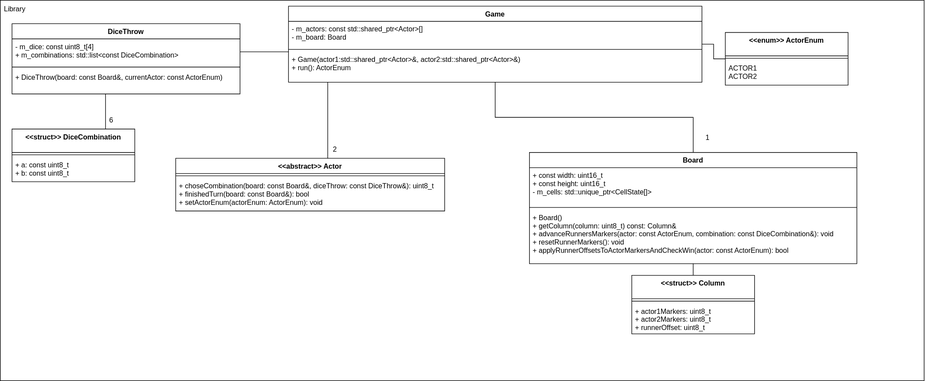
Before: uml.svg, a diagram exported from draw.io (MaZe3D/CantStop). Source tidied: cells renumbered, new cells last; positions are measured from the earlier drawing's top-left corner, leaving out a move shared by most shapes.
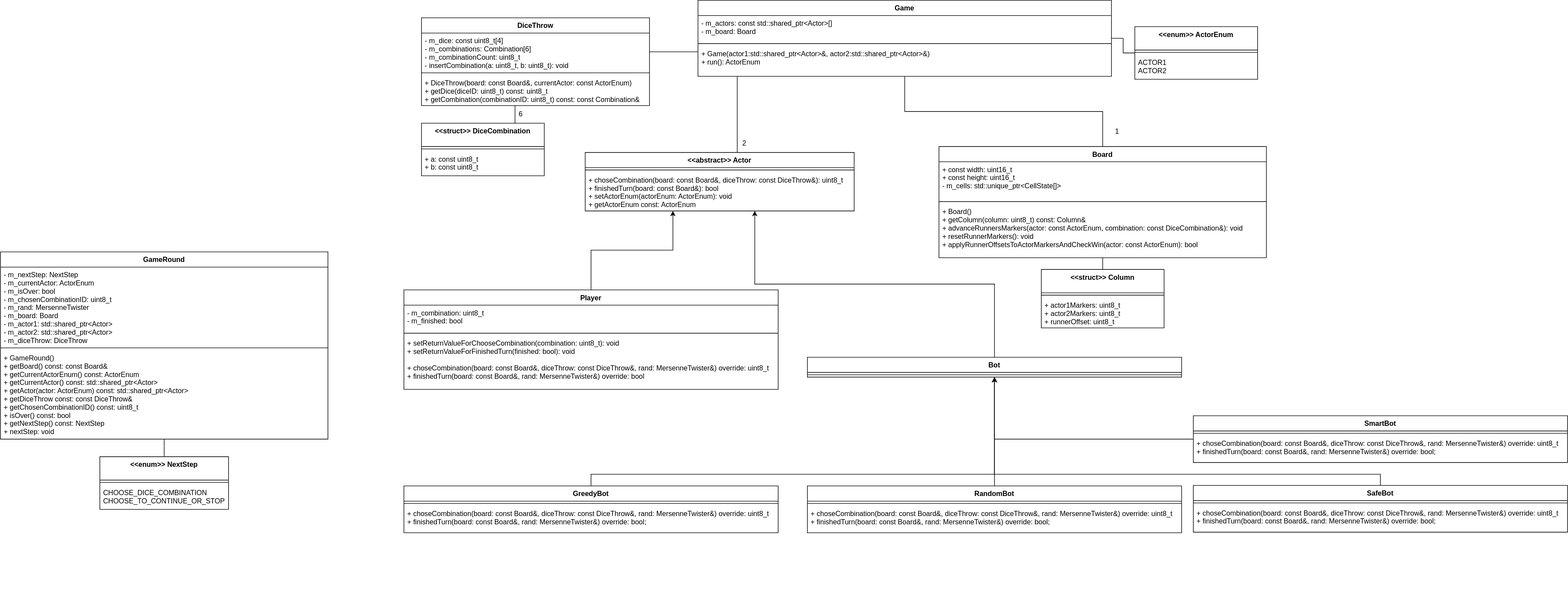
After the change.

Commit message:
UML Backend update

What changed in the source:
```diff
@@ -2,9 +2,6 @@
   <root>
     <mxCell id="0" />
     <mxCell id="1" parent="0" />
-    <mxCell id="2" style="rounded=0;whiteSpace=wrap;html=1;" parent="1" vertex="1">
-      <mxGeometry width="1580" height="650" as="geometry" />
-    </mxCell>
     <mxCell id="3" style="edgeStyle=orthogonalEdgeStyle;rounded=0;jettySize=auto;html=1;endArrow=none;endFill=0;" parent="1" edge="1" source="13" target="23">
       <mxGeometry relative="1" as="geometry">
         <Array as="points">
@@ -16,9 +13,6 @@
     <mxCell id="4" style="edgeStyle=orthogonalEdgeStyle;rounded=0;jettySize=auto;html=1;endArrow=none;endFill=0;" parent="1" edge="1" source="13" target="7">
       <mxGeometry relative="1" as="geometry" />
     </mxCell>
-    <mxCell id="5" value="Library" style="rounded=0;whiteSpace=wrap;html=1;strokeColor=none;fillColor=none;" parent="1" vertex="1">
-      <mxGeometry width="50" height="30" as="geometry" />
-    </mxCell>
     <mxCell id="6" style="group;" parent="1" vertex="1">
       <mxGeometry x="905" y="230" width="560" height="220" as="geometry" />
     </mxCell>
@@ -72,16 +66,16 @@
       </mxGeometry>
     </mxCell>
     <mxCell id="22" style="group;" parent="1" vertex="1">
-      <mxGeometry x="300" y="240" width="460" height="120" as="geometry" />
+      <mxGeometry x="300" y="240" width="460" height="130" as="geometry" />
     </mxCell>
     <mxCell id="23" value="&lt;&lt;abstract&gt;&gt; Actor" style="swimlane;fontStyle=1;align=center;verticalAlign=top;horizontal=1;startSize=26;fillColor=none;" parent="22" vertex="1">
-      <mxGeometry y="30" width="460" height="90" as="geometry" />
+      <mxGeometry y="30" width="460" height="100" as="geometry" />
     </mxCell>
     <mxCell id="24" style="line;strokeWidth=1;fillColor=none;align=left;verticalAlign=middle;spacingTop=-1;spacingLeft=3;spacingRight=3;labelPosition=right;" parent="23" vertex="1">
       <mxGeometry y="26" width="460" height="8" as="geometry" />
     </mxCell>
-    <mxCell id="25" value="+ choseCombination(board: const Board&amp;, diceThrow: const DiceThrow&amp;): uint8_t&#10;+ finishedTurn(board: const Board&amp;): bool&#10;+ setActorEnum(actorEnum: ActorEnum): void&#10;" style="text;strokeColor=none;fillColor=none;align=left;verticalAlign=top;spacingLeft=4;spacingRight=4;overflow=hidden;" parent="23" vertex="1">
-      <mxGeometry y="34" width="460" height="56" as="geometry" />
+    <mxCell id="25" value="+ choseCombination(board: const Board&amp;, diceThrow: const DiceThrow&amp;): uint8_t&#10;+ finishedTurn(board: const Board&amp;): bool&#10;+ setActorEnum(actorEnum: ActorEnum): void&#10;+ getActorEnum const: ActorEnum&#10;&#10;" style="text;strokeColor=none;fillColor=none;align=left;verticalAlign=top;spacingLeft=4;spacingRight=4;overflow=hidden;" parent="23" vertex="1">
+      <mxGeometry y="34" width="460" height="66" as="geometry" />
     </mxCell>
     <mxCell id="26" value="2" style="rounded=0;whiteSpace=wrap;html=1;strokeColor=none;fillColor=none;" parent="22" vertex="1">
       <mxGeometry x="250" width="44.9" height="30" as="geometry" />
@@ -102,16 +96,16 @@
       <mxGeometry relative="1" as="geometry" />
     </mxCell>
     <mxCell id="32" value="DiceThrow" style="swimlane;fontStyle=1;align=center;verticalAlign=top;horizontal=1;startSize=26;" parent="1" vertex="1">
-      <mxGeometry x="20" y="40" width="390" height="120" as="geometry" />
+      <mxGeometry x="20" y="40" width="390" height="150" as="geometry" />
     </mxCell>
-    <mxCell id="33" value="- m_dice: const uint8_t[4]&#10;+ m_combinations: std::list&lt;const DiceCombination&gt;&#10;" style="text;strokeColor=none;fillColor=none;align=left;verticalAlign=top;spacingLeft=4;spacingRight=4;overflow=hidden;points=[[0,0.5],[1,0.5]];portConstraint=eastwest;" parent="32" vertex="1">
-      <mxGeometry y="26" width="390" height="44" as="geometry" />
+    <mxCell id="33" value="- m_dice: const uint8_t[4]&#10;- m_combinations: Combination[6]&#10;- m_combinationCount: uint8_t&#10;- insertCombination(a: uint8_t, b: uint8_t): void&#10;&#10;" style="text;strokeColor=none;fillColor=none;align=left;verticalAlign=top;spacingLeft=4;spacingRight=4;overflow=hidden;points=[[0,0.5],[1,0.5]];portConstraint=eastwest;" parent="32" vertex="1">
+      <mxGeometry y="26" width="390" height="64" as="geometry" />
     </mxCell>
     <mxCell id="34" style="line;strokeWidth=1;fillColor=none;align=left;verticalAlign=middle;spacingTop=-1;spacingLeft=3;spacingRight=3;labelPosition=right;" parent="32" vertex="1">
-      <mxGeometry y="70" width="390" height="8" as="geometry" />
+      <mxGeometry y="90" width="390" height="8" as="geometry" />
     </mxCell>
-    <mxCell id="35" value="+ DiceThrow(board: const Board&amp;, currentActor: const ActorEnum)&#10;" style="text;strokeColor=none;fillColor=none;align=left;verticalAlign=top;spacingLeft=4;spacingRight=4;overflow=hidden;" parent="32" vertex="1">
-      <mxGeometry y="78" width="390" height="42" as="geometry" />
+    <mxCell id="35" value="+ DiceThrow(board: const Board&amp;, currentActor: const ActorEnum)&#10;+ getDice(diceID: uint8_t) const: uint8_t&#10;+ getCombination(combinationID: uint8_t) const: const Combination&amp;&#10;" style="text;strokeColor=none;fillColor=none;align=left;verticalAlign=top;spacingLeft=4;spacingRight=4;overflow=hidden;" parent="32" vertex="1">
+      <mxGeometry y="98" width="390" height="52" as="geometry" />
     </mxCell>
     <mxCell id="36" style="group;" parent="1" vertex="1">
       <mxGeometry x="20" y="190" width="210" height="150" as="geometry" />
@@ -144,5 +138,142 @@
         </Array>
       </mxGeometry>
     </mxCell>
+    <mxCell id="43" style="group;" parent="1" vertex="1">
+      <mxGeometry x="-700" y="410" width="560" height="350" as="geometry" />
+    </mxCell>
+    <mxCell id="44" value="GameRound" style="swimlane;fontStyle=1;align=center;verticalAlign=top;horizontal=1;startSize=26;" parent="43" vertex="1">
+      <mxGeometry y="30" width="560" height="320" as="geometry" />
+    </mxCell>
+    <mxCell id="45" value="- m_nextStep: NextStep&#10;- m_currentActor: ActorEnum&#10;- m_isOver: bool&#10;- m_chosenCombinationID: uint8_t&#10;- m_rand: MersenneTwister&#10;- m_board: Board&#10;- m_actor1: std::shared_ptr&lt;Actor&gt;&#10;- m_actor2: std::shared_ptr&lt;Actor&gt;&#10;- m_diceThrow: DiceThrow&#10;&#10;" style="text;strokeColor=none;fillColor=none;align=left;verticalAlign=top;spacingLeft=4;spacingRight=4;overflow=hidden;" parent="44" vertex="1">
+      <mxGeometry y="26" width="560" height="134" as="geometry" />
+    </mxCell>
+    <mxCell id="46" style="line;strokeWidth=1;fillColor=none;align=left;verticalAlign=middle;spacingTop=-1;spacingLeft=3;spacingRight=3;labelPosition=right;" parent="44" vertex="1">
+      <mxGeometry y="160" width="560" height="8" as="geometry" />
+    </mxCell>
+    <mxCell id="47" value="+ GameRound()&#10;+ getBoard() const: const Board&amp;&#10;+ getCurrentActorEnum() const: ActorEnum&#10;+ getCurrentActor() const: std::shared_ptr&lt;Actor&gt;&#10;+ getActor(actor: ActorEnum) const: std::shared_ptr&lt;Actor&gt;&#10;+ getDiceThrow const: const DiceThrow&amp;&#10;+ getChosenCombinationID() const: uint8_t&#10;+ isOver() const: bool&#10;+ getNextStep() const: NextStep&#10;+ nextStep: void&#10;" style="text;strokeColor=none;fillColor=none;align=left;verticalAlign=top;spacingLeft=4;spacingRight=4;overflow=hidden;" parent="44" vertex="1">
+      <mxGeometry y="168" width="560" height="152" as="geometry" />
+    </mxCell>
+    <mxCell id="48" style="group;" parent="1" vertex="1">
+      <mxGeometry x="-530" y="760" width="220" height="150" as="geometry" />
+    </mxCell>
+    <mxCell id="49" value="&lt;&lt;enum&gt;&gt; NextStep" style="swimlane;fontStyle=1;align=center;verticalAlign=top;horizontal=1;startSize=40;" parent="48" vertex="1">
+      <mxGeometry y="30" width="220" height="90" as="geometry" />
+    </mxCell>
+    <mxCell id="50" style="line;strokeWidth=1;fillColor=none;align=left;verticalAlign=middle;spacingTop=-1;spacingLeft=3;spacingRight=3;labelPosition=right;" parent="49" vertex="1">
+      <mxGeometry y="40" width="220" height="8" as="geometry" />
+    </mxCell>
+    <mxCell id="51" value="CHOOSE_DICE_COMBINATION&#10;CHOOSE_TO_CONTINUE_OR_STOP" style="text;strokeColor=none;fillColor=none;align=left;verticalAlign=top;spacingLeft=4;spacingRight=4;overflow=hidden;" parent="49" vertex="1">
+      <mxGeometry y="48" width="220" height="42" as="geometry" />
+    </mxCell>
+    <mxCell id="52" style="edgeStyle=orthogonalEdgeStyle;rounded=0;jettySize=auto;html=1;endArrow=none;endFill=0;" parent="1" edge="1" source="49" target="44">
+      <mxGeometry relative="1" as="geometry" />
+    </mxCell>
+    <mxCell id="53" style="group;" parent="1" vertex="1">
+      <mxGeometry x="-10" y="475" width="640" height="220" as="geometry" />
+    </mxCell>
+    <mxCell id="54" value="Player" style="swimlane;fontStyle=1;align=center;verticalAlign=top;horizontal=1;startSize=26;" parent="53" vertex="1">
+      <mxGeometry y="30" width="640" height="170" as="geometry" />
+    </mxCell>
+    <mxCell id="55" value="- m_combination: uint8_t&#10;- m_finished: bool&#10;" style="text;strokeColor=none;fillColor=none;align=left;verticalAlign=top;spacingLeft=4;spacingRight=4;overflow=hidden;" parent="54" vertex="1">
+      <mxGeometry y="26" width="640" height="44" as="geometry" />
+    </mxCell>
+    <mxCell id="56" style="line;strokeWidth=1;fillColor=none;align=left;verticalAlign=middle;spacingTop=-1;spacingLeft=3;spacingRight=3;labelPosition=right;" parent="54" vertex="1">
+      <mxGeometry y="70" width="640" height="8" as="geometry" />
+    </mxCell>
+    <mxCell id="57" value="+ setReturnValueForChooseCombination(combination: uint8_t): void&#10;+ setReturnValueForFinishedTurn(finished: bool): void&#10;&#10;+ choseCombination(board: const Board&amp;, diceThrow: const DiceThrow&amp;, rand: MersenneTwister&amp;) override: uint8_t&#10;+ finishedTurn(board: const Board&amp;, rand: MersenneTwister&amp;) override: bool" style="text;strokeColor=none;fillColor=none;align=left;verticalAlign=top;spacingLeft=4;spacingRight=4;overflow=hidden;" parent="54" vertex="1">
+      <mxGeometry y="78" width="640" height="92" as="geometry" />
+    </mxCell>
+    <mxCell id="58" style="group;" parent="1" vertex="1">
+      <mxGeometry x="680" y="590" width="640" height="220" as="geometry" />
+    </mxCell>
+    <mxCell id="59" value="Bot" style="swimlane;fontStyle=1;align=center;verticalAlign=top;horizontal=1;startSize=26;" parent="58" vertex="1">
+      <mxGeometry y="30" width="640" height="34" as="geometry" />
+    </mxCell>
+    <mxCell id="60" style="line;strokeWidth=1;fillColor=none;align=left;verticalAlign=middle;spacingTop=-1;spacingLeft=3;spacingRight=3;labelPosition=right;" parent="59" vertex="1">
+      <mxGeometry y="26" width="640" height="8" as="geometry" />
+    </mxCell>
+    <mxCell id="61" style="edgeStyle=orthogonalEdgeStyle;rounded=0;jettySize=auto;html=1;endArrow=classic;endFill=1;" parent="1" edge="1" source="59" target="23">
+      <mxGeometry relative="1" as="geometry">
+        <Array as="points">
+          <mxPoint x="1000" y="495" />
+          <mxPoint x="590" y="495" />
+        </Array>
+      </mxGeometry>
+    </mxCell>
+    <mxCell id="62" style="edgeStyle=orthogonalEdgeStyle;rounded=0;jettySize=auto;html=1;endArrow=classic;endFill=1;" parent="1" edge="1" source="54" target="23">
+      <mxGeometry relative="1" as="geometry">
+        <Array as="points">
+          <mxPoint x="310" y="437" />
+          <mxPoint x="450" y="437" />
+        </Array>
+      </mxGeometry>
+    </mxCell>
+    <mxCell id="63" style="group;" parent="1" vertex="1">
+      <mxGeometry x="-10" y="810" width="640" height="220" as="geometry" />
+    </mxCell>
+    <mxCell id="64" value="GreedyBot" style="swimlane;fontStyle=1;align=center;verticalAlign=top;horizontal=1;startSize=26;" parent="63" vertex="1">
+      <mxGeometry y="30" width="640" height="80" as="geometry" />
+    </mxCell>
+    <mxCell id="65" style="line;strokeWidth=1;fillColor=none;align=left;verticalAlign=middle;spacingTop=-1;spacingLeft=3;spacingRight=3;labelPosition=right;" parent="64" vertex="1">
+      <mxGeometry y="26" width="640" height="8" as="geometry" />
+    </mxCell>
+    <mxCell id="66" value="+ choseCombination(board: const Board&amp;, diceThrow: const DiceThrow&amp;, rand: MersenneTwister&amp;) override: uint8_t&#10;+ finishedTurn(board: const Board&amp;, rand: MersenneTwister&amp;) override: bool;" style="text;strokeColor=none;fillColor=none;align=left;verticalAlign=top;spacingLeft=4;spacingRight=4;overflow=hidden;" parent="64" vertex="1">
+      <mxGeometry y="34" width="640" height="46" as="geometry" />
+    </mxCell>
+    <mxCell id="67" style="group;" parent="1" vertex="1">
+      <mxGeometry x="680" y="810" width="640" height="220" as="geometry" />
+    </mxCell>
+    <mxCell id="68" value="RandomBot" style="swimlane;fontStyle=1;align=center;verticalAlign=top;horizontal=1;startSize=26;" parent="67" vertex="1">
+      <mxGeometry y="30" width="640" height="80" as="geometry" />
+    </mxCell>
+    <mxCell id="69" style="line;strokeWidth=1;fillColor=none;align=left;verticalAlign=middle;spacingTop=-1;spacingLeft=3;spacingRight=3;labelPosition=right;" parent="68" vertex="1">
+      <mxGeometry y="26" width="640" height="8" as="geometry" />
+    </mxCell>
+    <mxCell id="70" value="+ choseCombination(board: const Board&amp;, diceThrow: const DiceThrow&amp;, rand: MersenneTwister&amp;) override: uint8_t&#10;+ finishedTurn(board: const Board&amp;, rand: MersenneTwister&amp;) override: bool;" style="text;strokeColor=none;fillColor=none;align=left;verticalAlign=top;spacingLeft=4;spacingRight=4;overflow=hidden;" parent="68" vertex="1">
+      <mxGeometry y="34" width="640" height="46" as="geometry" />
+    </mxCell>
+    <mxCell id="71" style="group;" parent="1" vertex="1">
+      <mxGeometry x="1340" y="809" width="640" height="220" as="geometry" />
+    </mxCell>
+    <mxCell id="72" value="SafeBot" style="swimlane;fontStyle=1;align=center;verticalAlign=top;horizontal=1;startSize=26;" parent="71" vertex="1">
+      <mxGeometry y="30" width="640" height="80" as="geometry" />
+    </mxCell>
+    <mxCell id="73" style="line;strokeWidth=1;fillColor=none;align=left;verticalAlign=middle;spacingTop=-1;spacingLeft=3;spacingRight=3;labelPosition=right;" parent="72" vertex="1">
+      <mxGeometry y="26" width="640" height="8" as="geometry" />
+    </mxCell>
+    <mxCell id="74" value="+ choseCombination(board: const Board&amp;, diceThrow: const DiceThrow&amp;, rand: MersenneTwister&amp;) override: uint8_t&#10;+ finishedTurn(board: const Board&amp;, rand: MersenneTwister&amp;) override: bool;" style="text;strokeColor=none;fillColor=none;align=left;verticalAlign=top;spacingLeft=4;spacingRight=4;overflow=hidden;" parent="72" vertex="1">
+      <mxGeometry y="34" width="640" height="46" as="geometry" />
+    </mxCell>
+    <mxCell id="75" style="edgeStyle=orthogonalEdgeStyle;rounded=0;jettySize=auto;html=1;endArrow=classic;endFill=1;" parent="1" edge="1" source="76" target="59">
+      <mxGeometry relative="1" as="geometry" />
+    </mxCell>
+    <mxCell id="76" value="SmartBot" style="swimlane;fontStyle=1;align=center;verticalAlign=top;horizontal=1;startSize=26;" parent="1" vertex="1">
+      <mxGeometry x="1340" y="720" width="640" height="80" as="geometry" />
+    </mxCell>
+    <mxCell id="77" style="line;strokeWidth=1;fillColor=none;align=left;verticalAlign=middle;spacingTop=-1;spacingLeft=3;spacingRight=3;labelPosition=right;" parent="76" vertex="1">
+      <mxGeometry y="26" width="640" height="8" as="geometry" />
+    </mxCell>
+    <mxCell id="78" value="+ choseCombination(board: const Board&amp;, diceThrow: const DiceThrow&amp;, rand: MersenneTwister&amp;) override: uint8_t&#10;+ finishedTurn(board: const Board&amp;, rand: MersenneTwister&amp;) override: bool;" style="text;strokeColor=none;fillColor=none;align=left;verticalAlign=top;spacingLeft=4;spacingRight=4;overflow=hidden;" parent="76" vertex="1">
+      <mxGeometry y="34" width="640" height="46" as="geometry" />
+    </mxCell>
+    <mxCell id="79" style="edgeStyle=orthogonalEdgeStyle;rounded=0;jettySize=auto;html=1;endArrow=classic;endFill=1;" parent="1" edge="1" source="72" target="59">
+      <mxGeometry relative="1" as="geometry">
+        <Array as="points">
+          <mxPoint x="1660" y="820" />
+          <mxPoint x="1000" y="820" />
+        </Array>
+      </mxGeometry>
+    </mxCell>
+    <mxCell id="80" style="edgeStyle=orthogonalEdgeStyle;rounded=0;jettySize=auto;html=1;endArrow=classic;endFill=1;entryX=0.5;entryY=1;entryDx=0;entryDy=0;" parent="1" edge="1" source="68" target="59">
+      <mxGeometry relative="1" as="geometry" />
+    </mxCell>
+    <mxCell id="81" style="edgeStyle=orthogonalEdgeStyle;rounded=0;jettySize=auto;html=1;endArrow=classic;endFill=1;entryX=0.5;entryY=1;entryDx=0;entryDy=0;" parent="1" edge="1" source="64" target="59">
+      <mxGeometry relative="1" as="geometry">
+        <Array as="points">
+          <mxPoint x="310" y="820" />
+          <mxPoint x="1000" y="820" />
+        </Array>
+      </mxGeometry>
+    </mxCell>
   </root>
 </mxGraphModel>
```
